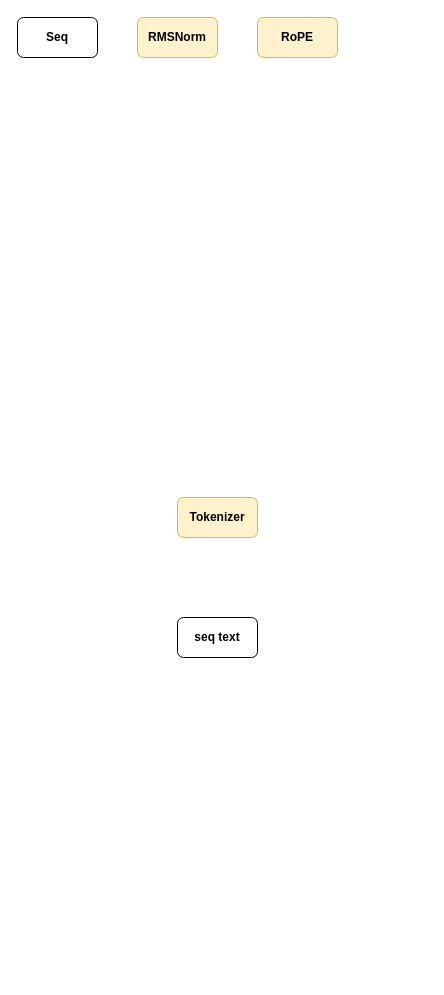
Before: LLM-Structure-Overview.drawio in DestineG/drawio, a draw.io diagram. Source tidied: cells renumbered, new cells numbered last; positions are measured from the earlier drawing's top-left corner, leaving out a move shared by most shapes. Both pictures are drawn from the tidied source at 100%, with x=0, y=0 at pixel (17, 17).
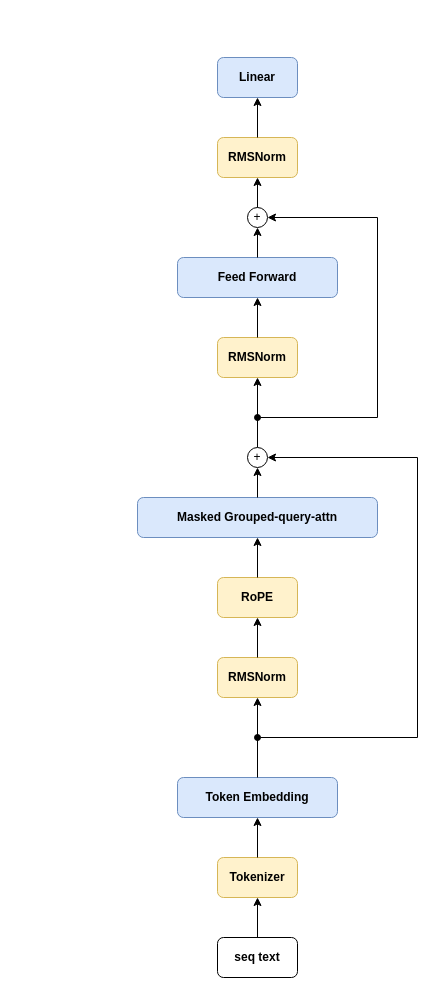
After the change.

The edit, as a diff of the source:
```diff
@@
+    <mxCell id="4" value="&lt;b&gt;Tokenizer&lt;/b&gt;" style="rounded=1;whiteSpace=wrap;html=1;fillColor=#fff2cc;strokeColor=#d6b656;" parent="1" vertex="1">
+      <mxGeometry x="200" y="840" width="80" height="40" as="geometry" />
+    </mxCell>
+    <mxCell id="6" value="&lt;b&gt;seq text&lt;/b&gt;" style="rounded=1;whiteSpace=wrap;html=1;" parent="1" vertex="1">
+      <mxGeometry x="200" y="920" width="80" height="40" as="geometry" />
+    </mxCell>
+    <mxCell id="7" value="&lt;b&gt;Token Embedding&lt;/b&gt;" style="rounded=1;whiteSpace=wrap;html=1;fillColor=#dae8fc;strokeColor=#6c8ebf;" parent="1" vertex="1">
+      <mxGeometry x="160" y="760" width="160" height="40" as="geometry" />
+    </mxCell>
+    <mxCell id="8" value="&lt;b&gt;RMSNorm&lt;/b&gt;" style="rounded=1;whiteSpace=wrap;html=1;fillColor=#fff2cc;strokeColor=#d6b656;" parent="1" vertex="1">
+      <mxGeometry x="200" y="640" width="80" height="40" as="geometry" />
+    </mxCell>
     <mxCell id="2" value="&lt;b&gt;RoPE&lt;/b&gt;" style="rounded=1;whiteSpace=wrap;html=1;fillColor=#fff2cc;strokeColor=#d6b656;" parent="1" vertex="1">
-      <mxGeometry x="240" width="80" height="40" as="geometry" />
+      <mxGeometry x="200" y="560" width="80" height="40" as="geometry" />
     </mxCell>
-    <mxCell id="3" value="&lt;b&gt;RMSNorm&lt;/b&gt;" style="rounded=1;whiteSpace=wrap;html=1;fillColor=#fff2cc;strokeColor=#d6b656;" parent="1" vertex="1">
-      <mxGeometry x="120" width="80" height="40" as="geometry" />
-    </mxCell>
-    <mxCell id="4" value="&lt;b&gt;Tokenizer&lt;/b&gt;" style="rounded=1;whiteSpace=wrap;html=1;fillColor=#fff2cc;strokeColor=#d6b656;" parent="1" vertex="1">
-      <mxGeometry x="160" y="480" width="80" height="40" as="geometry" />
-    </mxCell>
-    <mxCell id="5" value="&lt;b&gt;Seq&lt;/b&gt;" style="rounded=1;whiteSpace=wrap;html=1;" parent="1" vertex="1">
-      <mxGeometry width="80" height="40" as="geometry" />
-    </mxCell>
-    <mxCell id="6" value="&lt;b&gt;seq text&lt;/b&gt;" style="rounded=1;whiteSpace=wrap;html=1;" parent="1" vertex="1">
-      <mxGeometry x="160" y="600" width="80" height="40" as="geometry" />
-    </mxCell>
+    <mxCell id="9" value="&lt;b&gt;Masked Grouped-query-attn&lt;/b&gt;" style="rounded=1;whiteSpace=wrap;html=1;fillColor=#dae8fc;strokeColor=#6c8ebf;" parent="1" vertex="1">
+      <mxGeometry x="120" y="480" width="240" height="40" as="geometry" />
+    </mxCell>
+    <mxCell id="10" value="&lt;b&gt;RMSNorm&lt;/b&gt;" style="rounded=1;whiteSpace=wrap;html=1;fillColor=#fff2cc;strokeColor=#d6b656;" parent="1" vertex="1">
+      <mxGeometry x="200" y="320" width="80" height="40" as="geometry" />
+    </mxCell>
+    <mxCell id="11" value="&lt;b&gt;Feed Forward&lt;/b&gt;" style="rounded=1;whiteSpace=wrap;html=1;fillColor=#dae8fc;strokeColor=#6c8ebf;" parent="1" vertex="1">
+      <mxGeometry x="160" y="240" width="160" height="40" as="geometry" />
+    </mxCell>
+    <mxCell id="12" value="&lt;b&gt;RMSNorm&lt;/b&gt;" style="rounded=1;whiteSpace=wrap;html=1;fillColor=#fff2cc;strokeColor=#d6b656;" parent="1" vertex="1">
+      <mxGeometry x="200" y="120" width="80" height="40" as="geometry" />
+    </mxCell>
+    <mxCell id="13" value="&lt;b&gt;Linear&lt;/b&gt;" style="rounded=1;whiteSpace=wrap;html=1;fillColor=#dae8fc;strokeColor=#6c8ebf;" parent="1" vertex="1">
+      <mxGeometry x="200" y="40" width="80" height="40" as="geometry" />
+    </mxCell>
+    <mxCell id="14" style="endArrow=classic;html=1;rounded=0;exitX=0.5;exitY=0;exitDx=0;exitDy=0;entryX=0.5;entryY=1;entryDx=0;entryDy=0;" parent="1" edge="1" source="6" target="4">
+      <mxGeometry relative="1" as="geometry" />
+    </mxCell>
+    <mxCell id="15" style="endArrow=classic;html=1;rounded=0;exitX=0.5;exitY=0;exitDx=0;exitDy=0;entryX=0.5;entryY=1;entryDx=0;entryDy=0;" parent="1" edge="1" source="4" target="7">
+      <mxGeometry relative="1" as="geometry" />
+    </mxCell>
+    <mxCell id="16" style="endArrow=classic;html=1;rounded=0;exitX=0.5;exitY=0;exitDx=0;exitDy=0;entryX=0.5;entryY=1;entryDx=0;entryDy=0;" parent="1" edge="1" source="7" target="8">
+      <mxGeometry relative="1" as="geometry" />
+    </mxCell>
+    <mxCell id="17" style="endArrow=classic;html=1;rounded=0;exitX=0.5;exitY=0;exitDx=0;exitDy=0;entryX=0.5;entryY=1;entryDx=0;entryDy=0;" parent="1" edge="1" source="8" target="2">
+      <mxGeometry relative="1" as="geometry" />
+    </mxCell>
+    <mxCell id="18" style="endArrow=classic;html=1;rounded=0;exitX=0.5;exitY=0;exitDx=0;exitDy=0;entryX=0.5;entryY=1;entryDx=0;entryDy=0;" parent="1" edge="1" source="2" target="9">
+      <mxGeometry relative="1" as="geometry" />
+    </mxCell>
+    <mxCell id="19" style="endArrow=classic;html=1;rounded=0;entryX=0.5;entryY=1;entryDx=0;entryDy=0;exitX=0.5;exitY=0;exitDx=0;exitDy=0;" parent="1" edge="1" source="24" target="10">
+      <mxGeometry relative="1" as="geometry" />
+    </mxCell>
+    <mxCell id="20" style="endArrow=classic;html=1;rounded=0;exitX=0.5;exitY=0;exitDx=0;exitDy=0;entryX=0.5;entryY=1;entryDx=0;entryDy=0;" parent="1" edge="1" source="10" target="11">
+      <mxGeometry relative="1" as="geometry" />
+    </mxCell>
+    <mxCell id="21" style="endArrow=classic;html=1;rounded=0;exitX=0.5;exitY=0;exitDx=0;exitDy=0;entryX=0.5;entryY=1;entryDx=0;entryDy=0;" parent="1" edge="1" source="11" target="27">
+      <mxGeometry relative="1" as="geometry" />
+    </mxCell>
+    <mxCell id="22" style="endArrow=classic;html=1;rounded=0;exitX=0.5;exitY=0;exitDx=0;exitDy=0;entryX=0.5;entryY=1;entryDx=0;entryDy=0;" parent="1" edge="1" source="12" target="13">
+      <mxGeometry relative="1" as="geometry" />
+    </mxCell>
+    <mxCell id="23" style="endArrow=classic;html=1;rounded=0;startArrow=oval;startFill=1;entryX=1;entryY=0.5;entryDx=0;entryDy=0;" parent="1" edge="1" target="24">
+      <mxGeometry relative="1" as="geometry">
+        <mxPoint x="240" y="720" as="sourcePoint" />
+        <Array as="points">
+          <mxPoint x="400" y="720" />
+          <mxPoint x="400" y="440" />
+        </Array>
+      </mxGeometry>
+    </mxCell>
+    <mxCell id="24" value="+" style="ellipse;whiteSpace=wrap;html=1;shapeInside=1;" parent="1" vertex="1">
+      <mxGeometry x="230" y="430" width="20" height="20" as="geometry" />
+    </mxCell>
+    <mxCell id="25" style="endArrow=classic;html=1;rounded=0;entryX=0.5;entryY=1;entryDx=0;entryDy=0;exitX=0.5;exitY=0;exitDx=0;exitDy=0;" parent="1" edge="1" source="9" target="24">
+      <mxGeometry relative="1" as="geometry" />
+    </mxCell>
+    <mxCell id="26" style="endArrow=classic;html=1;rounded=0;startArrow=oval;startFill=1;entryX=1;entryY=0.5;entryDx=0;entryDy=0;" parent="1" edge="1" target="27">
+      <mxGeometry relative="1" as="geometry">
+        <mxPoint x="240" y="400" as="sourcePoint" />
+        <Array as="points">
+          <mxPoint x="360" y="400" />
+          <mxPoint x="360" y="200" />
+        </Array>
+      </mxGeometry>
+    </mxCell>
+    <mxCell id="27" value="+" style="ellipse;whiteSpace=wrap;html=1;shapeInside=1;" parent="1" vertex="1">
+      <mxGeometry x="230" y="190" width="20" height="20" as="geometry" />
+    </mxCell>
+    <mxCell id="28" style="endArrow=classic;html=1;rounded=0;exitX=0.5;exitY=0;exitDx=0;exitDy=0;entryX=0.5;entryY=1;entryDx=0;entryDy=0;" parent="1" edge="1" source="27" target="12">
+      <mxGeometry relative="1" as="geometry" />
+    </mxCell>
```
